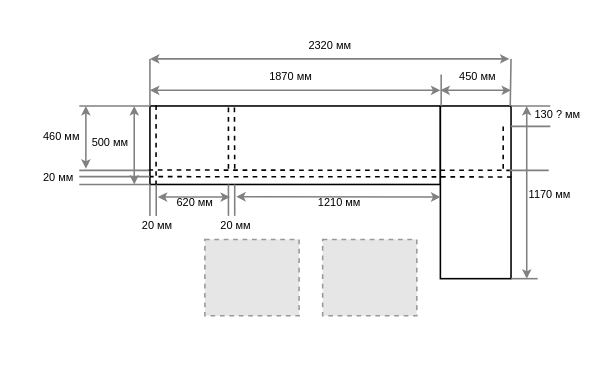
Before: Untitled Diagram.drawio in annstriganova/for-tests, a draw.io diagram. Source tidied: cells renumbered, new cells numbered last; positions are measured from the earlier drawing's top-left corner, leaving out a move shared by most shapes. Both pictures are drawn from the tidied source at 157%, with x=0, y=0 at pixel (27, 27). Pictures stored in the file or linked from it are replaced by grey dashed boxes.
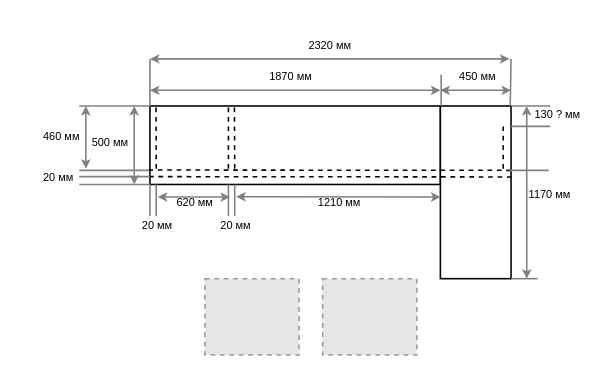
Above is the later version.

What changed in the source:
```diff
@@
-    <mxCell id="21" style="endArrow=none;dashed=1;html=1;entryX=0.032;entryY=-0.029;entryDx=0;entryDy=0;entryPerimeter=0;exitX=0.032;exitY=1.01;exitDx=0;exitDy=0;exitPerimeter=0;" parent="1" edge="1">
+    <mxCell id="21" style="endArrow=none;dashed=1;html=1;entryX=0.032;entryY=-0.029;entryDx=0;entryDy=0;entryPerimeter=0;" parent="1" edge="1">
       <mxGeometry relative="1" as="geometry">
-        <mxPoint x="81.9" y="100.5" as="sourcePoint" />
+        <mxPoint x="82" y="90" as="sourcePoint" />
         <mxPoint x="81.9" y="48.6" as="targetPoint" />
       </mxGeometry>
     </mxCell>
@@
     <mxCell id="45" style="fillColor=#E6E6E6;strokeColor=#999999;dashed=1;verticalLabelPosition=bottom;labelBackgroundColor=#ffffff;verticalAlign=top;" parent="1" vertex="1">
-      <mxGeometry x="188" y="135" width="60" height="48.6" as="geometry" />
+      <mxGeometry x="188" y="160" width="60" height="48.6" as="geometry" />
     </mxCell>
     <mxCell id="46" style="fillColor=#E6E6E6;strokeColor=#999999;dashed=1;verticalLabelPosition=bottom;labelBackgroundColor=#ffffff;verticalAlign=top;" parent="1" vertex="1">
-      <mxGeometry x="113" y="135" width="60" height="48.6" as="geometry" />
+      <mxGeometry x="113" y="160" width="60" height="48.6" as="geometry" />
     </mxCell>
```
